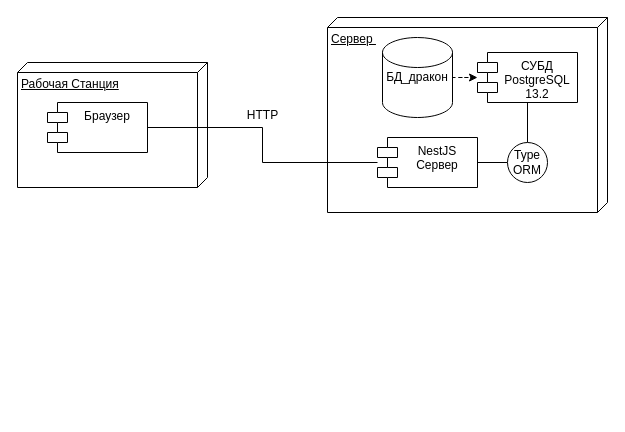
Earlier version of the draw.io diagram dizdocs/razvert.drawio (samarsky-canary/dragon). Source tidied: cells renumbered, new cells numbered last; positions are measured from the earlier drawing's top-left corner, leaving out a move shared by most shapes. Both pictures are drawn from the tidied source at 100%, with x=0, y=0 at pixel (17, 17).
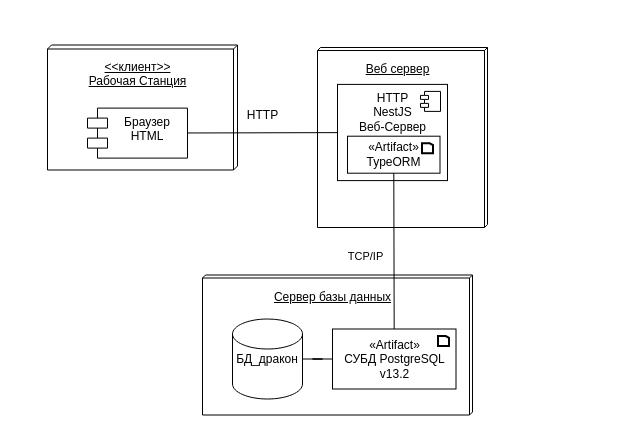
After the change.

The edit, as a diff of the source:
```diff
@@
-    <mxCell id="2" value="Сервер&amp;nbsp;" style="verticalAlign=top;align=left;spacingTop=8;spacingLeft=2;spacingRight=12;shape=cube;size=10;direction=south;fontStyle=4;html=1;" parent="1" vertex="1">
-      <mxGeometry x="310" width="280" height="195" as="geometry" />
-    </mxCell>
-    <mxCell id="3" style="edgeStyle=orthogonalEdgeStyle;rounded=0;jettySize=auto;html=1;dashed=1;" parent="1" edge="1" source="4" target="6">
-      <mxGeometry relative="1" as="geometry" />
-    </mxCell>
+    <mxCell id="13" value="HTTP" style="text;html=1;align=center;verticalAlign=middle;" parent="1" vertex="1">
+      <mxGeometry x="220" y="87.5" width="50" height="20" as="geometry" />
+    </mxCell>
+    <mxCell id="14" style="group;verticalAlign=top;align=center;" parent="1" vertex="1">
+      <mxGeometry x="30" y="27.5" width="190" height="125" as="geometry" />
+    </mxCell>
+    <mxCell id="10" value="&amp;lt;&amp;lt;клиент&amp;gt;&amp;gt;&lt;br&gt;Рабочая Станция" style="verticalAlign=top;align=center;spacingTop=8;spacingLeft=2;spacingRight=12;shape=cube;size=4;direction=south;fontStyle=4;html=1;" parent="14" vertex="1">
+      <mxGeometry width="190" height="125" as="geometry" />
+    </mxCell>
+    <mxCell id="12" value="Браузер&#10;HTML" style="shape=module;align=left;spacingLeft=20;align=center;verticalAlign=top;" parent="14" vertex="1">
+      <mxGeometry x="40" y="63.1" width="100" height="50" as="geometry" />
+    </mxCell>
+    <mxCell id="15" style="group;" parent="1" vertex="1">
+      <mxGeometry x="300" y="10" width="180" height="200" as="geometry" />
+    </mxCell>
+    <mxCell id="16" value="Веб сервер" style="verticalAlign=top;align=center;spacingTop=8;spacingLeft=2;spacingRight=12;shape=cube;size=3;direction=south;fontStyle=4;html=1;" parent="15" vertex="1">
+      <mxGeometry y="20" width="170" height="180" as="geometry" />
+    </mxCell>
+    <mxCell id="17" style="group;" parent="15" vertex="1">
+      <mxGeometry x="20" y="56.9" width="110" height="96.2" as="geometry" />
+    </mxCell>
+    <mxCell id="18" value="&lt;span style=&quot;font-size: 12px&quot;&gt;HTTP&lt;/span&gt;&lt;br style=&quot;padding: 0px ; margin: 0px ; font-size: 12px&quot;&gt;&lt;span style=&quot;font-size: 12px&quot;&gt;NestJS&lt;/span&gt;&lt;br style=&quot;padding: 0px ; margin: 0px ; font-size: 12px&quot;&gt;&lt;span style=&quot;font-size: 12px&quot;&gt;Веб-Сервер&lt;/span&gt;" style="html=1;fontSize=11;align=center;verticalAlign=top;" parent="17" vertex="1">
+      <mxGeometry width="110" height="96.2" as="geometry" />
+    </mxCell>
+    <mxCell id="19" style="shape=module;jettyWidth=8;jettyHeight=4;" parent="18" vertex="1">
+      <mxGeometry x="1" width="20" height="20" relative="1" as="geometry">
+        <mxPoint x="-27" y="7" as="offset" />
+      </mxGeometry>
+    </mxCell>
+    <mxCell id="20" value="«Artifact»&lt;br&gt;TypeORM" style="html=1;align=center;" parent="17" vertex="1">
+      <mxGeometry x="10" y="51.8" width="92.5" height="37" as="geometry" />
+    </mxCell>
+    <mxCell id="21" style="shape=mxgraph.cisco.misc.page_icon;html=1;dashed=0;fillColor=#ffffff;strokeColor=#000000;strokeWidth=2;verticalLabelPosition=bottom;verticalAlign=top;align=center;fontFamily=Helvetica;fontSize=12;fontColor=#000000;" parent="20" vertex="1">
+      <mxGeometry x="1" width="11" height="10" relative="1" as="geometry">
+        <mxPoint x="-18" y="7" as="offset" />
+      </mxGeometry>
+    </mxCell>
+    <mxCell id="11" style="rounded=0;jettySize=auto;html=1;endArrow=none;endFill=0;" parent="1" edge="1" source="12" target="18">
+      <mxGeometry relative="1" as="geometry" />
+    </mxCell>
+    <mxCell id="22" value="TCP/IP" style="text;html=1;align=center;verticalAlign=middle;strokeColor=none;fontSize=11;" parent="1" vertex="1">
+      <mxGeometry x="323" y="228.5" width="50" height="20" as="geometry" />
+    </mxCell>
+    <mxCell id="23" style="group;" parent="1" vertex="1">
+      <mxGeometry x="175" y="257.5" width="280" height="140" as="geometry" />
+    </mxCell>
+    <mxCell id="24" value="Сервер базы данных" style="verticalAlign=top;align=center;spacingTop=8;spacingLeft=2;spacingRight=12;shape=cube;size=3;direction=south;fontStyle=4;html=1;" parent="23" vertex="1">
+      <mxGeometry x="10" width="270" height="140" as="geometry" />
+    </mxCell>
+    <mxCell id="25" value="«Artifact»&lt;br&gt;СУБД PostgreSQL&lt;br&gt;v13.2" style="html=1;align=center;" parent="23" vertex="1">
+      <mxGeometry x="140" y="54" width="123.5" height="60" as="geometry" />
+    </mxCell>
+    <mxCell id="26" style="shape=mxgraph.cisco.misc.page_icon;html=1;dashed=0;fillColor=#ffffff;strokeColor=#000000;strokeWidth=2;verticalLabelPosition=bottom;verticalAlign=top;align=center;fontFamily=Helvetica;fontSize=12;fontColor=#000000;" parent="25" vertex="1">
+      <mxGeometry x="1" width="11" height="10" relative="1" as="geometry">
+        <mxPoint x="-18" y="7" as="offset" />
+      </mxGeometry>
+    </mxCell>
-    <mxCell id="4" value="БД_дракон" style="shape=cylinder2;whiteSpace=wrap;html=1;boundedLbl=1;backgroundOutline=1;size=15;" parent="1" vertex="1">
-      <mxGeometry x="365" y="20" width="70" height="80" as="geometry" />
+    <mxCell id="4" value="БД_дракон" style="shape=cylinder2;whiteSpace=wrap;html=1;boundedLbl=1;backgroundOutline=1;size=15;" parent="23" vertex="1">
+      <mxGeometry x="40" y="44" width="70" height="80" as="geometry" />
     </mxCell>
+    <mxCell id="27" style="edgeStyle=orthogonalEdgeStyle;rounded=0;jettySize=auto;html=1;fontSize=11;endArrow=none;endFill=0;" parent="23" edge="1" source="4" target="25">
+      <mxGeometry relative="1" as="geometry" />
+    </mxCell>
-    <mxCell id="5" style="edgeStyle=orthogonalEdgeStyle;rounded=0;jettySize=auto;html=1;endArrow=none;endFill=0;" parent="1" edge="1" source="6" target="8">
+    <mxCell id="5" style="rounded=0;jettySize=auto;html=1;endArrow=none;endFill=0;" parent="1" edge="1" source="25" target="20">
       <mxGeometry relative="1" as="geometry" />
     </mxCell>
-    <mxCell id="6" value="СУБД&#10;PostgreSQL &#10;13.2" style="shape=module;align=left;spacingLeft=20;align=center;verticalAlign=top;" parent="1" vertex="1">
-      <mxGeometry x="460" y="35" width="100" height="50" as="geometry" />
-    </mxCell>
-    <mxCell id="7" style="edgeStyle=orthogonalEdgeStyle;rounded=0;jettySize=auto;html=1;endArrow=none;endFill=0;" parent="1" edge="1" source="8" target="9">
-      <mxGeometry relative="1" as="geometry" />
-    </mxCell>
-    <mxCell id="8" value="Type&lt;br&gt;ORM" style="ellipse;whiteSpace=wrap;html=1;" parent="1" vertex="1">
-      <mxGeometry x="490" y="125" width="40" height="40" as="geometry" />
-    </mxCell>
-    <mxCell id="9" value="NestJS&#10;Сервер" style="shape=module;align=left;spacingLeft=20;align=center;verticalAlign=top;" parent="1" vertex="1">
-      <mxGeometry x="360" y="120" width="100" height="50" as="geometry" />
-    </mxCell>
-    <mxCell id="10" value="Рабочая Станция" style="verticalAlign=top;align=left;spacingTop=8;spacingLeft=2;spacingRight=12;shape=cube;size=10;direction=south;fontStyle=4;html=1;" parent="1" vertex="1">
-      <mxGeometry y="45" width="190" height="125" as="geometry" />
-    </mxCell>
-    <mxCell id="11" style="edgeStyle=orthogonalEdgeStyle;rounded=0;jettySize=auto;html=1;endArrow=none;endFill=0;" parent="1" edge="1" source="12" target="9">
-      <mxGeometry relative="1" as="geometry" />
-    </mxCell>
-    <mxCell id="12" value="Браузер" style="shape=module;align=left;spacingLeft=20;align=center;verticalAlign=top;" parent="1" vertex="1">
-      <mxGeometry x="30" y="85" width="100" height="50" as="geometry" />
-    </mxCell>
-    <mxCell id="13" value="HTTP" style="text;html=1;align=center;verticalAlign=middle;" parent="1" vertex="1">
-      <mxGeometry x="220" y="87.5" width="50" height="20" as="geometry" />
-    </mxCell>
```
